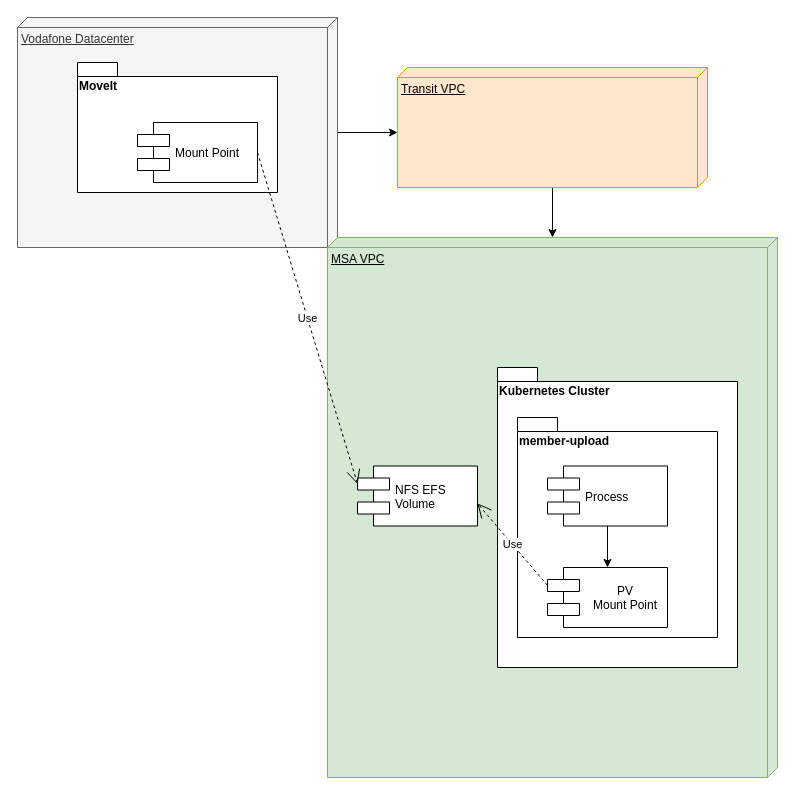
Above: moveitComponentDIagram.drawio in ourjamie/diagraming (draw.io), before the change. Source tidied: cells renumbered, new cells numbered last; positions are measured from the earlier drawing's top-left corner, leaving out a move shared by most shapes. Both pictures are drawn from the tidied source at 100%, with x=0, y=0 at pixel (17, 17).
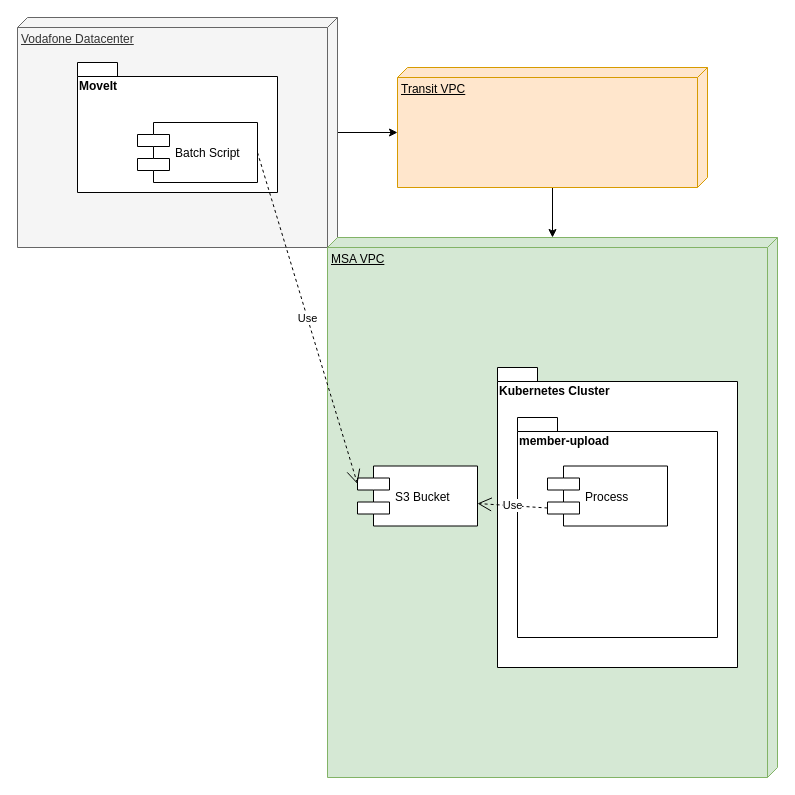
After the change.

Change to the diagram source:
```diff
@@
 <mxGraphModel>
   <root>
     <mxCell id="0" />
     <mxCell id="1" parent="0" />
     <mxCell id="2" style="edgeStyle=orthogonalEdgeStyle;rounded=0;jettySize=auto;html=1;entryX=0;entryY=0;entryDx=65;entryDy=310;entryPerimeter=0;" parent="1" edge="1" source="3" target="5">
       <mxGeometry relative="1" as="geometry" />
     </mxCell>
     <mxCell id="3" value="Vodafone Datacenter" style="verticalAlign=top;align=left;spacingTop=8;spacingLeft=2;spacingRight=12;shape=cube;size=10;direction=south;fontStyle=4;html=1;fillColor=#f5f5f5;strokeColor=#666666;fontColor=#333333;" parent="1" vertex="1">
       <mxGeometry width="320" height="230" as="geometry" />
     </mxCell>
     <mxCell id="4" style="edgeStyle=orthogonalEdgeStyle;rounded=0;jettySize=auto;html=1;" parent="1" edge="1" source="5" target="6">
       <mxGeometry relative="1" as="geometry" />
     </mxCell>
     <mxCell id="5" value="Transit VPC" style="verticalAlign=top;align=left;spacingTop=8;spacingLeft=2;spacingRight=12;shape=cube;size=10;direction=south;fontStyle=4;html=1;fillColor=#ffe6cc;strokeColor=#d79b00;" parent="1" vertex="1">
       <mxGeometry x="380" y="50" width="310" height="120" as="geometry" />
     </mxCell>
     <mxCell id="6" value="MSA VPC" style="verticalAlign=top;align=left;spacingTop=8;spacingLeft=2;spacingRight=12;shape=cube;size=10;direction=south;fontStyle=4;html=1;fillColor=#d5e8d4;strokeColor=#82b366;" parent="1" vertex="1">
       <mxGeometry x="310" y="220" width="450" height="540" as="geometry" />
     </mxCell>
-    <mxCell id="7" value="NFS EFS&#10;Volume" style="shape=component;align=left;spacingLeft=36;" parent="1" vertex="1">
+    <mxCell id="7" value="S3 Bucket" style="shape=component;align=left;spacingLeft=36;" parent="1" vertex="1">
       <mxGeometry x="340" y="448.5" width="120" height="60" as="geometry" />
     </mxCell>
     <mxCell id="8" value="MoveIt" style="shape=folder;fontStyle=1;spacingTop=10;tabWidth=40;tabHeight=14;tabPosition=left;html=1;align=left;verticalAlign=top;" parent="1" vertex="1">
       <mxGeometry x="60" y="45" width="200" height="130" as="geometry" />
     </mxCell>
-    <mxCell id="9" value="Mount Point" style="shape=component;align=left;spacingLeft=36;" parent="1" vertex="1">
+    <mxCell id="9" value="Batch Script" style="shape=component;align=left;spacingLeft=36;" parent="1" vertex="1">
       <mxGeometry x="120" y="105" width="120" height="60" as="geometry" />
     </mxCell>
     <mxCell id="10" value="Use" style="endArrow=open;endSize=12;dashed=1;html=1;exitX=1;exitY=0.5;exitDx=0;exitDy=0;entryX=0;entryY=0.3;entryDx=0;entryDy=0;" parent="1" edge="1" source="9" target="7">
       <mxGeometry relative="1" as="geometry" />
     </mxCell>
     <mxCell id="11" value="Kubernetes Cluster" style="shape=folder;fontStyle=1;spacingTop=10;tabWidth=40;tabHeight=14;tabPosition=left;html=1;align=left;verticalAlign=top;" parent="1" vertex="1">
       <mxGeometry x="480" y="350" width="240" height="300" as="geometry" />
     </mxCell>
     <mxCell id="12" value="member-upload" style="shape=folder;fontStyle=1;spacingTop=10;tabWidth=40;tabHeight=14;tabPosition=left;html=1;align=left;verticalAlign=top;" parent="1" vertex="1">
       <mxGeometry x="500" y="400" width="200" height="220" as="geometry" />
     </mxCell>
-    <mxCell id="13" value="PV&#10;Mount Point" style="shape=component;align=center;spacingLeft=36;" parent="1" vertex="1">
-      <mxGeometry x="530" y="550" width="120" height="60" as="geometry" />
-    </mxCell>
-    <mxCell id="14" value="Use" style="endArrow=open;endSize=12;dashed=1;html=1;exitX=0;exitY=0.3;exitDx=0;exitDy=0;entryX=1;entryY=0.625;entryDx=0;entryDy=0;entryPerimeter=0;" parent="1" edge="1" source="13" target="7">
+    <mxCell id="14" value="Use" style="endArrow=open;endSize=12;dashed=1;html=1;exitX=0;exitY=0.7;exitDx=0;exitDy=0;entryX=1;entryY=0.625;entryDx=0;entryDy=0;entryPerimeter=0;" parent="1" edge="1" source="16" target="7">
       <mxGeometry relative="1" as="geometry" />
     </mxCell>
-    <mxCell id="15" style="edgeStyle=orthogonalEdgeStyle;rounded=0;jettySize=auto;html=1;" parent="1" edge="1" source="16" target="13">
-      <mxGeometry relative="1" as="geometry" />
-    </mxCell>
     <mxCell id="16" value="Process" style="shape=component;align=left;spacingLeft=36;" parent="1" vertex="1">
       <mxGeometry x="530" y="448.5" width="120" height="60" as="geometry" />
     </mxCell>
   </root>
 </mxGraphModel>
```
